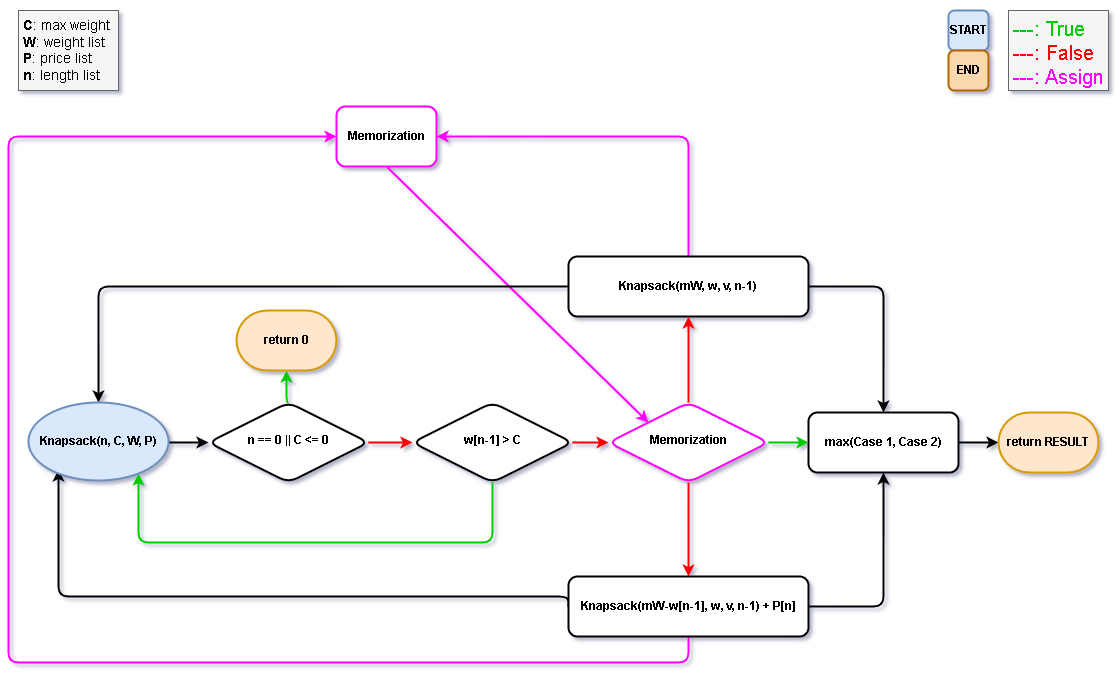
Earlier version of the draw.io export Hung_BruteForce-Memorization/BruteForce-Memorization.png (HT0710/CSD301_Group-1_Knapsack-problem). Source tidied: cells renumbered, new cells last; positions are measured from the earlier drawing's top-left corner, leaving out a move shared by most shapes. The source it was exported from:
```xml
<mxGraphModel shadow="1">
  <root>
    <mxCell id="0" />
    <mxCell id="1" parent="0" />
    <mxCell id="2" style="endArrow=classic;html=1;rounded=1;labelBackgroundColor=default;strokeColor=#FF00FF;strokeWidth=2;fontSize=20;fontColor=#FF8000;exitX=0.5;exitY=1;exitDx=0;exitDy=0;entryX=0;entryY=0;entryDx=0;entryDy=0;" parent="1" edge="1" source="22" target="15">
      <mxGeometry relative="1" as="geometry" />
    </mxCell>
    <mxCell id="3" style="edgeStyle=orthogonalEdgeStyle;rounded=1;jettySize=auto;html=1;exitX=1;exitY=0.5;exitDx=0;exitDy=0;entryX=0;entryY=0.5;entryDx=0;entryDy=0;shadow=0;strokeWidth=2;" parent="1" edge="1" target="6">
      <mxGeometry relative="1" as="geometry">
        <mxPoint x="160" y="432" as="sourcePoint" />
      </mxGeometry>
    </mxCell>
    <mxCell id="4" style="edgeStyle=orthogonalEdgeStyle;rounded=1;jettySize=auto;html=1;entryX=0;entryY=0.5;entryDx=0;entryDy=0;shadow=0;strokeWidth=2;strokeColor=#FF0000;exitX=1;exitY=0.5;exitDx=0;exitDy=0;" parent="1" edge="1" source="23" target="15">
      <mxGeometry relative="1" as="geometry" />
    </mxCell>
    <mxCell id="5" style="edgeStyle=orthogonalEdgeStyle;rounded=1;jettySize=auto;html=1;exitX=0.5;exitY=0;exitDx=0;exitDy=0;entryX=0.5;entryY=1;entryDx=0;entryDy=0;shadow=0;strokeWidth=2;strokeColor=#00CC00;fontColor=#00CC00;fontSize=14;entryPerimeter=0;" parent="1" edge="1" source="6" target="30">
      <mxGeometry relative="1" as="geometry" />
    </mxCell>
    <mxCell id="6" value="n == 0 || C &amp;lt;= 0" style="rhombus;whiteSpace=wrap;html=1;shadow=0;fontFamily=Helvetica;fontSize=12;align=center;strokeWidth=2;spacing=6;spacingTop=-4;fontStyle=1;rounded=1;" parent="1" vertex="1">
      <mxGeometry x="200" y="392" width="160" height="80" as="geometry" />
    </mxCell>
    <mxCell id="7" style="edgeStyle=orthogonalEdgeStyle;rounded=1;jettySize=auto;html=1;entryX=0.5;entryY=0;entryDx=0;entryDy=0;labelBackgroundColor=default;strokeColor=#000000;strokeWidth=2;fontSize=20;fontColor=#FF0000;exitX=1;exitY=0.5;exitDx=0;exitDy=0;" parent="1" edge="1" source="10" target="21">
      <mxGeometry relative="1" as="geometry" />
    </mxCell>
    <mxCell id="8" style="edgeStyle=orthogonalEdgeStyle;rounded=1;jettySize=auto;html=1;entryX=1;entryY=0.5;entryDx=0;entryDy=0;labelBackgroundColor=default;strokeColor=#FF00FF;strokeWidth=2;fontSize=20;fontColor=#FF8000;exitX=0.5;exitY=0;exitDx=0;exitDy=0;" parent="1" edge="1" source="10" target="22">
      <mxGeometry relative="1" as="geometry" />
    </mxCell>
    <mxCell id="9" style="edgeStyle=orthogonalEdgeStyle;rounded=1;jettySize=auto;html=1;entryX=0.5;entryY=0;entryDx=0;entryDy=0;labelBackgroundColor=default;strokeColor=#000000;strokeWidth=2;fontSize=20;fontColor=#FF8000;" parent="1" edge="1" source="10" target="29">
      <mxGeometry relative="1" as="geometry" />
    </mxCell>
    <mxCell id="10" value="&lt;b&gt;Knapsack(mW, w, v, n-1)&lt;/b&gt;" style="rounded=1;whiteSpace=wrap;html=1;shadow=0;strokeWidth=2;" parent="1" vertex="1">
      <mxGeometry x="560" y="246" width="240" height="60" as="geometry" />
    </mxCell>
    <mxCell id="11" style="edgeStyle=orthogonalEdgeStyle;rounded=1;jettySize=auto;html=1;entryX=0.5;entryY=1;entryDx=0;entryDy=0;labelBackgroundColor=default;strokeColor=#000000;strokeWidth=2;fontSize=20;fontColor=#FF0000;exitX=1;exitY=0.5;exitDx=0;exitDy=0;" parent="1" edge="1" source="26" target="21">
      <mxGeometry relative="1" as="geometry" />
    </mxCell>
    <mxCell id="12" style="edgeStyle=orthogonalEdgeStyle;rounded=1;jettySize=auto;html=1;labelBackgroundColor=default;strokeColor=#000000;strokeWidth=2;fontSize=20;fontColor=#FF0000;exitX=0;exitY=0.5;exitDx=0;exitDy=0;" parent="1" edge="1" source="26">
      <mxGeometry relative="1" as="geometry">
        <mxPoint x="50" y="459" as="targetPoint" />
        <Array as="points">
          <mxPoint x="560" y="586" />
          <mxPoint x="50" y="586" />
          <mxPoint x="50" y="459" />
        </Array>
      </mxGeometry>
    </mxCell>
    <mxCell id="13" style="edgeStyle=orthogonalEdgeStyle;rounded=1;jettySize=auto;html=1;exitX=0.5;exitY=1;exitDx=0;exitDy=0;entryX=0;entryY=0.5;entryDx=0;entryDy=0;labelBackgroundColor=default;strokeColor=#FF00FF;strokeWidth=2;fontSize=20;fontColor=#FF0000;" parent="1" edge="1" source="26" target="22">
      <mxGeometry relative="1" as="geometry">
        <Array as="points">
          <mxPoint x="680" y="652" />
          <mxPoint y="652" />
          <mxPoint y="126" />
        </Array>
      </mxGeometry>
    </mxCell>
    <mxCell id="14" value="&lt;b style=&quot;font-size: 14px;&quot;&gt;&lt;font style=&quot;font-size: 14px;&quot;&gt;&lt;br&gt;&lt;br style=&quot;font-size: 14px;&quot;&gt;&lt;/font&gt;&lt;/b&gt;" style="edgeStyle=orthogonalEdgeStyle;rounded=1;jettySize=auto;html=1;exitX=0.5;exitY=1;exitDx=0;exitDy=0;shadow=0;strokeWidth=2;fontColor=#00CC00;labelBackgroundColor=default;fontSize=14;strokeColor=#00CC00;entryX=0.786;entryY=0.91;entryDx=0;entryDy=0;entryPerimeter=0;" parent="1" edge="1" source="23" target="29">
      <mxGeometry relative="1" as="geometry">
        <Array as="points">
          <mxPoint x="484" y="532" />
          <mxPoint x="130" y="532" />
        </Array>
      </mxGeometry>
    </mxCell>
    <mxCell id="15" value="Memorization" style="rhombus;whiteSpace=wrap;html=1;shadow=0;fontFamily=Helvetica;fontSize=12;align=center;strokeWidth=2;spacing=6;spacingTop=-4;fontStyle=1;rounded=1;strokeColor=#FF00FF;" parent="1" vertex="1">
      <mxGeometry x="600" y="392" width="160" height="80" as="geometry" />
    </mxCell>
    <mxCell id="16" value="&lt;br&gt;&lt;b&gt;C&lt;/b&gt;: max weight&lt;br&gt;&lt;b&gt;W&lt;/b&gt;: weight list&lt;br&gt;&lt;b&gt;P&lt;/b&gt;: price list&lt;br&gt;&lt;b&gt;n&lt;/b&gt;: length list" style="text;html=1;spacing=5;spacingTop=-20;whiteSpace=wrap;overflow=hidden;rounded=0;fontSize=14;fillColor=#f5f5f5;strokeColor=#666666;fontColor=#000000;fontStyle=0;" parent="1" vertex="1">
      <mxGeometry x="10" width="100" height="80" as="geometry" />
    </mxCell>
    <mxCell id="17" style="endArrow=classic;html=1;rounded=1;labelBackgroundColor=default;strokeColor=#FF0000;fontSize=14;fontColor=#00CC00;exitX=0.5;exitY=1;exitDx=0;exitDy=0;entryX=0.5;entryY=0;entryDx=0;entryDy=0;strokeWidth=2;" parent="1" edge="1" source="15" target="26">
      <mxGeometry relative="1" as="geometry" />
    </mxCell>
    <mxCell id="18" style="endArrow=classic;html=1;rounded=1;labelBackgroundColor=default;strokeColor=#FF0000;fontSize=14;fontColor=#00CC00;exitX=0.5;exitY=0;exitDx=0;exitDy=0;strokeWidth=2;entryX=0.5;entryY=1;entryDx=0;entryDy=0;" parent="1" edge="1" source="15" target="10">
      <mxGeometry relative="1" as="geometry" />
    </mxCell>
    <mxCell id="19" value="&lt;br&gt;&lt;font color=&quot;#00cc00&quot; style=&quot;font-size: 20px;&quot;&gt;&lt;font style=&quot;font-size: 20px;&quot;&gt;---&lt;/font&gt;: True&lt;br&gt;&lt;/font&gt;&lt;font style=&quot;&quot;&gt;&lt;font color=&quot;#ff0000&quot; style=&quot;font-size: 20px;&quot;&gt;---&lt;/font&gt;&lt;span style=&quot;color: rgb(255, 0, 0); font-size: 20px;&quot;&gt;: False&lt;/span&gt;&lt;br&gt;&lt;span style=&quot;font-size: 20px;&quot;&gt;&lt;font color=&quot;#ff00ff&quot;&gt;---: Assign&lt;/font&gt;&lt;/span&gt;&lt;br&gt;&lt;/font&gt;" style="text;html=1;spacing=5;spacingTop=-20;whiteSpace=wrap;overflow=hidden;rounded=0;fontSize=14;fillColor=#f5f5f5;strokeColor=#666666;fontColor=#000000;" parent="1" vertex="1">
      <mxGeometry x="1000" width="100" height="80" as="geometry" />
    </mxCell>
    <mxCell id="20" style="edgeStyle=orthogonalEdgeStyle;rounded=1;jettySize=auto;html=1;entryX=0;entryY=0.5;entryDx=0;entryDy=0;labelBackgroundColor=default;strokeColor=#000000;strokeWidth=2;fontSize=20;fontColor=#FF0000;" parent="1" edge="1" source="21">
      <mxGeometry relative="1" as="geometry">
        <mxPoint x="990" y="432" as="targetPoint" />
      </mxGeometry>
    </mxCell>
    <mxCell id="21" value="&lt;b&gt;max(Case 1, Case 2)&lt;/b&gt;" style="rounded=1;whiteSpace=wrap;html=1;shadow=0;strokeWidth=2;" parent="1" vertex="1">
      <mxGeometry x="800" y="402" width="150" height="60" as="geometry" />
    </mxCell>
    <mxCell id="22" value="Memorization" style="rounded=1;whiteSpace=wrap;html=1;fontSize=12;glass=0;strokeWidth=2;shadow=0;fontStyle=1;strokeColor=#FF00FF;" parent="1" vertex="1">
      <mxGeometry x="328" y="96" width="100" height="60" as="geometry" />
    </mxCell>
    <mxCell id="23" value="w[n-1] &amp;gt; C" style="rhombus;whiteSpace=wrap;html=1;shadow=0;fontFamily=Helvetica;fontSize=12;align=center;strokeWidth=2;spacing=6;spacingTop=-4;fontStyle=1;rounded=1;" parent="1" vertex="1">
      <mxGeometry x="404" y="392" width="160" height="80" as="geometry" />
    </mxCell>
    <mxCell id="24" style="edgeStyle=orthogonalEdgeStyle;rounded=1;jettySize=auto;html=1;shadow=0;strokeWidth=2;strokeColor=#FF0000;exitX=1;exitY=0.5;exitDx=0;exitDy=0;entryX=0;entryY=0.5;entryDx=0;entryDy=0;" parent="1" edge="1" source="6" target="23">
      <mxGeometry relative="1" as="geometry" />
    </mxCell>
    <mxCell id="25" style="edgeStyle=orthogonalEdgeStyle;rounded=1;jettySize=auto;html=1;entryX=0;entryY=0.5;entryDx=0;entryDy=0;labelBackgroundColor=default;strokeColor=#00CC00;strokeWidth=2;fontSize=20;fontColor=#FF0000;" parent="1" edge="1" source="15" target="21">
      <mxGeometry relative="1" as="geometry" />
    </mxCell>
    <mxCell id="26" value="&lt;b&gt;Knapsack(mW-w[n-1], w, v, n-1) + P[n]&lt;/b&gt;" style="rounded=1;whiteSpace=wrap;html=1;shadow=0;strokeWidth=2;" parent="1" vertex="1">
      <mxGeometry x="560" y="566" width="240" height="60" as="geometry" />
    </mxCell>
    <mxCell id="27" value="START" style="rounded=1;whiteSpace=wrap;html=1;fontSize=12;glass=0;strokeWidth=2;shadow=0;fontStyle=1;strokeColor=#6c8ebf;fillColor=#dae8fc;" parent="1" vertex="1">
      <mxGeometry x="940" width="40" height="40" as="geometry" />
    </mxCell>
    <mxCell id="28" value="END" style="rounded=1;whiteSpace=wrap;html=1;fontSize=12;glass=0;strokeWidth=2;shadow=0;fontStyle=1;strokeColor=#b46504;fillColor=#fad7ac;" parent="1" vertex="1">
      <mxGeometry x="940" y="40" width="40" height="40" as="geometry" />
    </mxCell>
    <mxCell id="29" value="&lt;span style=&quot;font-weight: 700;&quot;&gt;Knapsack(n, C, W, P)&lt;/span&gt;" style="ellipse;whiteSpace=wrap;html=1;fillColor=#dae8fc;strokeColor=#6c8ebf;strokeWidth=2;" parent="1" vertex="1">
      <mxGeometry x="20" y="392" width="140" height="78" as="geometry" />
    </mxCell>
    <mxCell id="30" value="&lt;span style=&quot;font-weight: 700;&quot;&gt;return 0&lt;/span&gt;" style="strokeWidth=2;html=1;shape=mxgraph.flowchart.terminator;whiteSpace=wrap;fillColor=#ffe6cc;strokeColor=#d79b00;" parent="1" vertex="1">
      <mxGeometry x="228" y="300" width="100" height="60" as="geometry" />
    </mxCell>
    <mxCell id="31" value="&lt;span style=&quot;font-weight: 700;&quot;&gt;return RESULT&lt;/span&gt;" style="strokeWidth=2;html=1;shape=mxgraph.flowchart.terminator;whiteSpace=wrap;fillColor=#ffe6cc;strokeColor=#d79b00;" parent="1" vertex="1">
      <mxGeometry x="990" y="402" width="100" height="60" as="geometry" />
    </mxCell>
  </root>
</mxGraphModel>
```
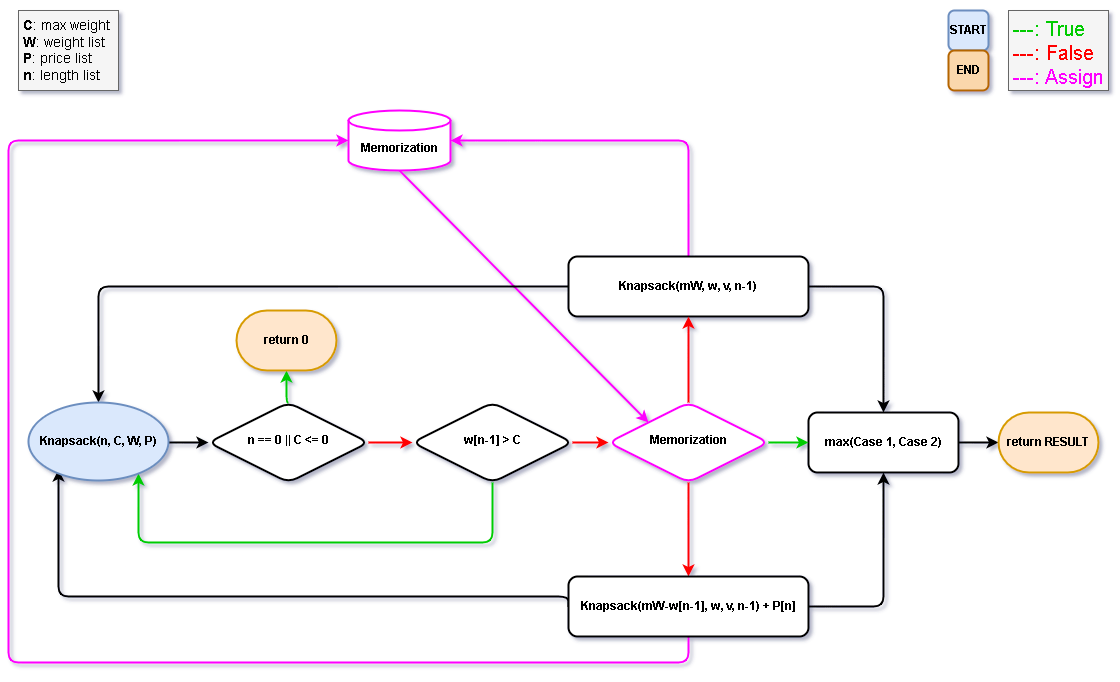
Later version of the same file.

What changed in the source:
```diff
@@ -2,7 +2,7 @@
   <root>
     <mxCell id="0" />
     <mxCell id="1" parent="0" />
-    <mxCell id="2" style="endArrow=classic;html=1;rounded=1;labelBackgroundColor=default;strokeColor=#FF00FF;strokeWidth=2;fontSize=20;fontColor=#FF8000;exitX=0.5;exitY=1;exitDx=0;exitDy=0;entryX=0;entryY=0;entryDx=0;entryDy=0;" parent="1" edge="1" source="22" target="15">
+    <mxCell id="2" style="endArrow=classic;html=1;rounded=1;labelBackgroundColor=default;strokeColor=#FF00FF;strokeWidth=2;fontSize=20;fontColor=#FF8000;exitX=0.5;exitY=1;exitDx=0;exitDy=0;entryX=0;entryY=0;entryDx=0;entryDy=0;exitPerimeter=0;" parent="1" edge="1" source="22" target="15">
       <mxGeometry relative="1" as="geometry" />
     </mxCell>
     <mxCell id="3" style="edgeStyle=orthogonalEdgeStyle;rounded=1;jettySize=auto;html=1;exitX=1;exitY=0.5;exitDx=0;exitDy=0;entryX=0;entryY=0.5;entryDx=0;entryDy=0;shadow=0;strokeWidth=2;" parent="1" edge="1" target="6">
@@ -22,7 +22,7 @@
     <mxCell id="7" style="edgeStyle=orthogonalEdgeStyle;rounded=1;jettySize=auto;html=1;entryX=0.5;entryY=0;entryDx=0;entryDy=0;labelBackgroundColor=default;strokeColor=#000000;strokeWidth=2;fontSize=20;fontColor=#FF0000;exitX=1;exitY=0.5;exitDx=0;exitDy=0;" parent="1" edge="1" source="10" target="21">
       <mxGeometry relative="1" as="geometry" />
     </mxCell>
-    <mxCell id="8" style="edgeStyle=orthogonalEdgeStyle;rounded=1;jettySize=auto;html=1;entryX=1;entryY=0.5;entryDx=0;entryDy=0;labelBackgroundColor=default;strokeColor=#FF00FF;strokeWidth=2;fontSize=20;fontColor=#FF8000;exitX=0.5;exitY=0;exitDx=0;exitDy=0;" parent="1" edge="1" source="10" target="22">
+    <mxCell id="8" style="edgeStyle=orthogonalEdgeStyle;rounded=1;jettySize=auto;html=1;labelBackgroundColor=default;strokeColor=#FF00FF;strokeWidth=2;fontSize=20;fontColor=#FF8000;exitX=0.5;exitY=0;exitDx=0;exitDy=0;entryX=1;entryY=0.5;entryDx=0;entryDy=0;entryPerimeter=0;" parent="1" edge="1" source="10" target="22">
       <mxGeometry relative="1" as="geometry" />
     </mxCell>
     <mxCell id="9" style="edgeStyle=orthogonalEdgeStyle;rounded=1;jettySize=auto;html=1;entryX=0.5;entryY=0;entryDx=0;entryDy=0;labelBackgroundColor=default;strokeColor=#000000;strokeWidth=2;fontSize=20;fontColor=#FF8000;" parent="1" edge="1" source="10" target="29">
@@ -44,12 +44,12 @@
         </Array>
       </mxGeometry>
     </mxCell>
-    <mxCell id="13" style="edgeStyle=orthogonalEdgeStyle;rounded=1;jettySize=auto;html=1;exitX=0.5;exitY=1;exitDx=0;exitDy=0;entryX=0;entryY=0.5;entryDx=0;entryDy=0;labelBackgroundColor=default;strokeColor=#FF00FF;strokeWidth=2;fontSize=20;fontColor=#FF0000;" parent="1" edge="1" source="26" target="22">
+    <mxCell id="13" style="edgeStyle=orthogonalEdgeStyle;rounded=1;jettySize=auto;html=1;exitX=0.5;exitY=1;exitDx=0;exitDy=0;entryX=0;entryY=0.5;entryDx=0;entryDy=0;labelBackgroundColor=default;strokeColor=#FF00FF;strokeWidth=2;fontSize=20;fontColor=#FF0000;entryPerimeter=0;" parent="1" edge="1" source="26" target="22">
       <mxGeometry relative="1" as="geometry">
         <Array as="points">
           <mxPoint x="680" y="652" />
           <mxPoint y="652" />
-          <mxPoint y="126" />
+          <mxPoint y="130" />
         </Array>
       </mxGeometry>
     </mxCell>
@@ -84,9 +84,6 @@
     <mxCell id="21" value="&lt;b&gt;max(Case 1, Case 2)&lt;/b&gt;" style="rounded=1;whiteSpace=wrap;html=1;shadow=0;strokeWidth=2;" parent="1" vertex="1">
       <mxGeometry x="800" y="402" width="150" height="60" as="geometry" />
     </mxCell>
-    <mxCell id="22" value="Memorization" style="rounded=1;whiteSpace=wrap;html=1;fontSize=12;glass=0;strokeWidth=2;shadow=0;fontStyle=1;strokeColor=#FF00FF;" parent="1" vertex="1">
-      <mxGeometry x="328" y="96" width="100" height="60" as="geometry" />
-    </mxCell>
     <mxCell id="23" value="w[n-1] &amp;gt; C" style="rhombus;whiteSpace=wrap;html=1;shadow=0;fontFamily=Helvetica;fontSize=12;align=center;strokeWidth=2;spacing=6;spacingTop=-4;fontStyle=1;rounded=1;" parent="1" vertex="1">
       <mxGeometry x="404" y="392" width="160" height="80" as="geometry" />
     </mxCell>
@@ -114,5 +111,8 @@
     <mxCell id="31" value="&lt;span style=&quot;font-weight: 700;&quot;&gt;return RESULT&lt;/span&gt;" style="strokeWidth=2;html=1;shape=mxgraph.flowchart.terminator;whiteSpace=wrap;fillColor=#ffe6cc;strokeColor=#d79b00;" parent="1" vertex="1">
       <mxGeometry x="990" y="402" width="100" height="60" as="geometry" />
     </mxCell>
+    <mxCell id="22" value="&lt;span style=&quot;font-weight: 700;&quot;&gt;&lt;br&gt;Memorization&lt;/span&gt;" style="strokeWidth=2;html=1;shape=mxgraph.flowchart.database;whiteSpace=wrap;strokeColor=#FF00FF;" parent="1" vertex="1">
+      <mxGeometry x="340" y="100" width="102" height="60" as="geometry" />
+    </mxCell>
   </root>
 </mxGraphModel>
```
